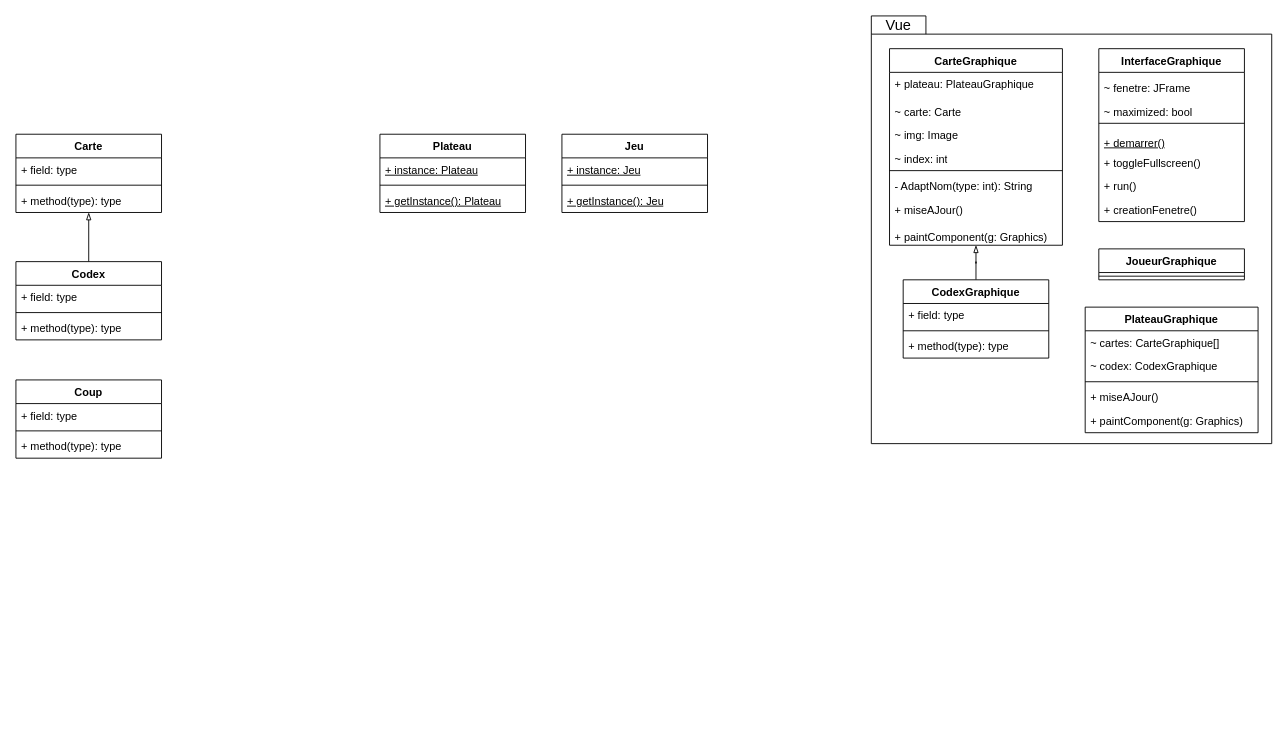
Earlier version of the draw.io diagram UMLClasses.drawio (AEtheve/PROJET-Antinomy). Source tidied: cells renumbered, new cells numbered last; positions are measured from the earlier drawing's top-left corner, leaving out a move shared by most shapes. Both pictures are drawn from the tidied source at 91%, with x=0, y=0 at pixel (15, 15).
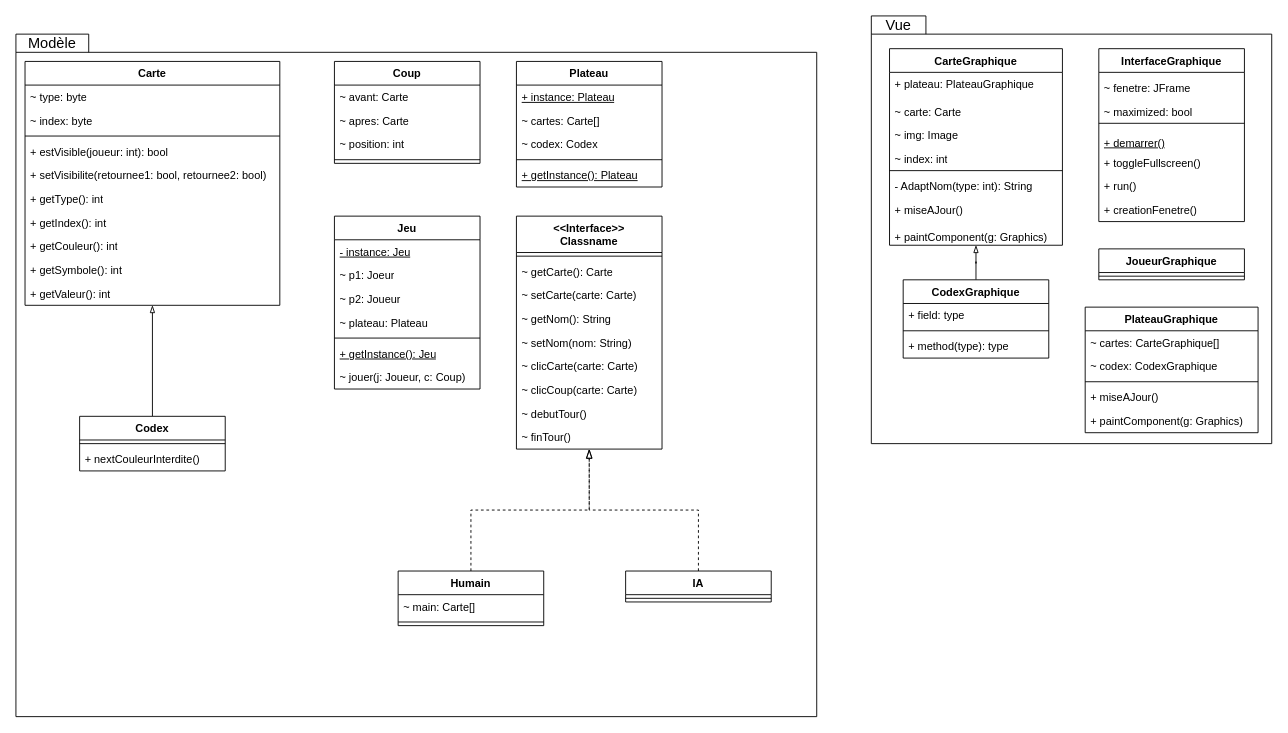
After the change.

Commit message:
Ajout package Modèle

The edit, as a diff of the source:
```diff
@@
+    <mxCell id="55" style="shape=folder;fontStyle=1;spacingTop=10;tabWidth=80;tabHeight=20;tabPosition=left;html=1;whiteSpace=wrap;fontSize=16;" parent="1" vertex="1">
+      <mxGeometry y="20" width="880" height="750" as="geometry" />
+    </mxCell>
@@
     <mxCell id="4" value="Carte" style="swimlane;fontStyle=1;align=center;verticalAlign=top;horizontal=1;startSize=26;whiteSpace=wrap;html=1;" parent="1" vertex="1">
-      <mxGeometry y="130" width="160" height="86" as="geometry" />
+      <mxGeometry x="10" y="50" width="280" height="268" as="geometry" />
     </mxCell>
-    <mxCell id="5" value="+ field: type" style="text;strokeColor=none;fillColor=none;align=left;verticalAlign=top;spacingLeft=4;spacingRight=4;overflow=hidden;whiteSpace=wrap;html=1;" parent="4" vertex="1">
-      <mxGeometry y="26" width="160" height="26" as="geometry" />
+    <mxCell id="5" value="~ type: byte" style="text;strokeColor=none;fillColor=none;align=left;verticalAlign=top;spacingLeft=4;spacingRight=4;overflow=hidden;whiteSpace=wrap;html=1;" parent="4" vertex="1">
+      <mxGeometry y="26" width="280" height="26" as="geometry" />
     </mxCell>
+    <mxCell id="56" value="~ index: byte" style="text;strokeColor=none;fillColor=none;align=left;verticalAlign=top;spacingLeft=4;spacingRight=4;overflow=hidden;whiteSpace=wrap;html=1;fontSize=12;" parent="4" vertex="1">
+      <mxGeometry y="52" width="280" height="26" as="geometry" />
+    </mxCell>
     <mxCell id="6" style="line;strokeWidth=1;fillColor=none;align=left;verticalAlign=middle;spacingTop=-1;spacingLeft=3;spacingRight=3;labelPosition=right;strokeColor=inherit;" parent="4" vertex="1">
-      <mxGeometry y="52" width="160" height="8" as="geometry" />
+      <mxGeometry y="78" width="280" height="8" as="geometry" />
     </mxCell>
-    <mxCell id="7" value="+ method(type): type" style="text;strokeColor=none;fillColor=none;align=left;verticalAlign=top;spacingLeft=4;spacingRight=4;overflow=hidden;whiteSpace=wrap;html=1;" parent="4" vertex="1">
-      <mxGeometry y="60" width="160" height="26" as="geometry" />
+    <mxCell id="7" value="+ estVisible(joueur: int): bool" style="text;strokeColor=none;fillColor=none;align=left;verticalAlign=top;spacingLeft=4;spacingRight=4;overflow=hidden;whiteSpace=wrap;html=1;" parent="4" vertex="1">
+      <mxGeometry y="86" width="280" height="26" as="geometry" />
     </mxCell>
+    <mxCell id="57" value="+ setVisibilite(retournee1: bool, retournee2: bool)" style="text;strokeColor=none;fillColor=none;align=left;verticalAlign=top;spacingLeft=4;spacingRight=4;overflow=hidden;whiteSpace=wrap;html=1;fontSize=12;" parent="4" vertex="1">
+      <mxGeometry y="112" width="280" height="26" as="geometry" />
+    </mxCell>
+    <mxCell id="58" value="+ getType(): int" style="text;strokeColor=none;fillColor=none;align=left;verticalAlign=top;spacingLeft=4;spacingRight=4;overflow=hidden;whiteSpace=wrap;html=1;fontSize=12;" parent="4" vertex="1">
+      <mxGeometry y="138" width="280" height="26" as="geometry" />
+    </mxCell>
+    <mxCell id="59" value="+ getIndex(): int" style="text;strokeColor=none;fillColor=none;align=left;verticalAlign=top;spacingLeft=4;spacingRight=4;overflow=hidden;whiteSpace=wrap;html=1;fontSize=12;" parent="4" vertex="1">
+      <mxGeometry y="164" width="280" height="26" as="geometry" />
+    </mxCell>
+    <mxCell id="60" value="+ getCouleur(): int" style="text;strokeColor=none;fillColor=none;align=left;verticalAlign=top;spacingLeft=4;spacingRight=4;overflow=hidden;whiteSpace=wrap;html=1;fontSize=12;" parent="4" vertex="1">
+      <mxGeometry y="190" width="280" height="26" as="geometry" />
+    </mxCell>
+    <mxCell id="61" value="+ getSymbole(): int" style="text;strokeColor=none;fillColor=none;align=left;verticalAlign=top;spacingLeft=4;spacingRight=4;overflow=hidden;whiteSpace=wrap;html=1;fontSize=12;" parent="4" vertex="1">
+      <mxGeometry y="216" width="280" height="26" as="geometry" />
+    </mxCell>
+    <mxCell id="62" value="+ getValeur(): int" style="text;strokeColor=none;fillColor=none;align=left;verticalAlign=top;spacingLeft=4;spacingRight=4;overflow=hidden;whiteSpace=wrap;html=1;fontSize=12;" parent="4" vertex="1">
+      <mxGeometry y="242" width="280" height="26" as="geometry" />
+    </mxCell>
@@
     <mxCell id="9" value="Codex" style="swimlane;fontStyle=1;align=center;verticalAlign=top;horizontal=1;startSize=26;whiteSpace=wrap;html=1;" parent="1" vertex="1">
-      <mxGeometry y="270" width="160" height="86" as="geometry" />
+      <mxGeometry x="70" y="440" width="160" height="60" as="geometry" />
     </mxCell>
-    <mxCell id="10" value="+ field: type" style="text;strokeColor=none;fillColor=none;align=left;verticalAlign=top;spacingLeft=4;spacingRight=4;overflow=hidden;whiteSpace=wrap;html=1;" parent="9" vertex="1">
-      <mxGeometry y="26" width="160" height="26" as="geometry" />
-    </mxCell>
     <mxCell id="11" style="line;strokeWidth=1;fillColor=none;align=left;verticalAlign=middle;spacingTop=-1;spacingLeft=3;spacingRight=3;labelPosition=right;strokeColor=inherit;" parent="9" vertex="1">
-      <mxGeometry y="52" width="160" height="8" as="geometry" />
+      <mxGeometry y="26" width="160" height="8" as="geometry" />
     </mxCell>
-    <mxCell id="12" value="+ method(type): type" style="text;strokeColor=none;fillColor=none;align=left;verticalAlign=top;spacingLeft=4;spacingRight=4;overflow=hidden;whiteSpace=wrap;html=1;" parent="9" vertex="1">
-      <mxGeometry y="60" width="160" height="26" as="geometry" />
+    <mxCell id="12" value="+ nextCouleurInterdite()" style="text;strokeColor=none;fillColor=none;align=left;verticalAlign=top;spacingLeft=4;spacingRight=4;overflow=hidden;whiteSpace=wrap;html=1;" parent="9" vertex="1">
+      <mxGeometry y="34" width="160" height="26" as="geometry" />
     </mxCell>
     <mxCell id="13" value="Coup" style="swimlane;fontStyle=1;align=center;verticalAlign=top;horizontal=1;startSize=26;whiteSpace=wrap;html=1;" parent="1" vertex="1">
-      <mxGeometry y="400" width="160" height="86" as="geometry" />
+      <mxGeometry x="350" y="50" width="160" height="112" as="geometry" />
     </mxCell>
-    <mxCell id="14" value="+ field: type" style="text;strokeColor=none;fillColor=none;align=left;verticalAlign=top;spacingLeft=4;spacingRight=4;overflow=hidden;whiteSpace=wrap;html=1;" parent="13" vertex="1">
+    <mxCell id="14" value="~ avant: Carte" style="text;strokeColor=none;fillColor=none;align=left;verticalAlign=top;spacingLeft=4;spacingRight=4;overflow=hidden;whiteSpace=wrap;html=1;" parent="13" vertex="1">
       <mxGeometry y="26" width="160" height="26" as="geometry" />
     </mxCell>
+    <mxCell id="63" value="~ apres: Carte" style="text;strokeColor=none;fillColor=none;align=left;verticalAlign=top;spacingLeft=4;spacingRight=4;overflow=hidden;whiteSpace=wrap;html=1;fontSize=12;" parent="13" vertex="1">
+      <mxGeometry y="52" width="160" height="26" as="geometry" />
+    </mxCell>
+    <mxCell id="64" value="~ position: int" style="text;strokeColor=none;fillColor=none;align=left;verticalAlign=top;spacingLeft=4;spacingRight=4;overflow=hidden;whiteSpace=wrap;html=1;fontSize=12;" parent="13" vertex="1">
+      <mxGeometry y="78" width="160" height="26" as="geometry" />
+    </mxCell>
     <mxCell id="15" style="line;strokeWidth=1;fillColor=none;align=left;verticalAlign=middle;spacingTop=-1;spacingLeft=3;spacingRight=3;labelPosition=right;strokeColor=inherit;" parent="13" vertex="1">
-      <mxGeometry y="52" width="160" height="8" as="geometry" />
+      <mxGeometry y="104" width="160" height="8" as="geometry" />
     </mxCell>
-    <mxCell id="16" value="+ method(type): type" style="text;strokeColor=none;fillColor=none;align=left;verticalAlign=top;spacingLeft=4;spacingRight=4;overflow=hidden;whiteSpace=wrap;html=1;" parent="13" vertex="1">
-      <mxGeometry y="60" width="160" height="26" as="geometry" />
-    </mxCell>
     <mxCell id="17" value="Plateau" style="swimlane;fontStyle=1;align=center;verticalAlign=top;horizontal=1;startSize=26;whiteSpace=wrap;html=1;" parent="1" vertex="1">
-      <mxGeometry x="400" y="130" width="160" height="86" as="geometry" />
+      <mxGeometry x="550" y="50" width="160" height="138" as="geometry" />
     </mxCell>
@@
+    <mxCell id="65" value="~ cartes: Carte[]" style="text;strokeColor=none;fillColor=none;align=left;verticalAlign=top;spacingLeft=4;spacingRight=4;overflow=hidden;whiteSpace=wrap;html=1;fontSize=12;" parent="17" vertex="1">
+      <mxGeometry y="52" width="160" height="26" as="geometry" />
+    </mxCell>
+    <mxCell id="66" value="~ codex: Codex" style="text;strokeColor=none;fillColor=none;align=left;verticalAlign=top;spacingLeft=4;spacingRight=4;overflow=hidden;whiteSpace=wrap;html=1;fontSize=12;" parent="17" vertex="1">
+      <mxGeometry y="78" width="160" height="26" as="geometry" />
+    </mxCell>
     <mxCell id="19" style="line;strokeWidth=1;fillColor=none;align=left;verticalAlign=middle;spacingTop=-1;spacingLeft=3;spacingRight=3;labelPosition=right;strokeColor=inherit;" parent="17" vertex="1">
-      <mxGeometry y="52" width="160" height="8" as="geometry" />
+      <mxGeometry y="104" width="160" height="8" as="geometry" />
     </mxCell>
     <mxCell id="20" value="&lt;u&gt;+ getInstance(): Plateau&lt;/u&gt;" style="text;strokeColor=none;fillColor=none;align=left;verticalAlign=top;spacingLeft=4;spacingRight=4;overflow=hidden;whiteSpace=wrap;html=1;" parent="17" vertex="1">
-      <mxGeometry y="60" width="160" height="26" as="geometry" />
+      <mxGeometry y="112" width="160" height="26" as="geometry" />
     </mxCell>
     <mxCell id="21" value="Jeu" style="swimlane;fontStyle=1;align=center;verticalAlign=top;horizontal=1;startSize=26;whiteSpace=wrap;html=1;" parent="1" vertex="1">
-      <mxGeometry x="600" y="130" width="160" height="86" as="geometry" />
+      <mxGeometry x="350" y="220" width="160" height="190" as="geometry" />
     </mxCell>
-    <mxCell id="22" value="&lt;u&gt;+ instance: Jeu&lt;/u&gt;" style="text;strokeColor=none;fillColor=none;align=left;verticalAlign=top;spacingLeft=4;spacingRight=4;overflow=hidden;whiteSpace=wrap;html=1;" parent="21" vertex="1">
+    <mxCell id="22" value="&lt;u&gt;- instance: Jeu&lt;/u&gt;" style="text;strokeColor=none;fillColor=none;align=left;verticalAlign=top;spacingLeft=4;spacingRight=4;overflow=hidden;whiteSpace=wrap;html=1;" parent="21" vertex="1">
       <mxGeometry y="26" width="160" height="26" as="geometry" />
     </mxCell>
+    <mxCell id="67" value="~ p1: Joeur" style="text;strokeColor=none;fillColor=none;align=left;verticalAlign=top;spacingLeft=4;spacingRight=4;overflow=hidden;whiteSpace=wrap;html=1;fontSize=12;" parent="21" vertex="1">
+      <mxGeometry y="52" width="160" height="26" as="geometry" />
+    </mxCell>
+    <mxCell id="68" value="~ p2: Joueur" style="text;strokeColor=none;fillColor=none;align=left;verticalAlign=top;spacingLeft=4;spacingRight=4;overflow=hidden;whiteSpace=wrap;html=1;fontSize=12;" parent="21" vertex="1">
+      <mxGeometry y="78" width="160" height="26" as="geometry" />
+    </mxCell>
+    <mxCell id="69" value="~ plateau: Plateau" style="text;strokeColor=none;fillColor=none;align=left;verticalAlign=top;spacingLeft=4;spacingRight=4;overflow=hidden;whiteSpace=wrap;html=1;fontSize=12;" parent="21" vertex="1">
+      <mxGeometry y="104" width="160" height="26" as="geometry" />
+    </mxCell>
     <mxCell id="23" style="line;strokeWidth=1;fillColor=none;align=left;verticalAlign=middle;spacingTop=-1;spacingLeft=3;spacingRight=3;labelPosition=right;strokeColor=inherit;" parent="21" vertex="1">
-      <mxGeometry y="52" width="160" height="8" as="geometry" />
+      <mxGeometry y="130" width="160" height="8" as="geometry" />
     </mxCell>
     <mxCell id="24" value="&lt;u&gt;+ getInstance(): Jeu&lt;/u&gt;" style="text;strokeColor=none;fillColor=none;align=left;verticalAlign=top;spacingLeft=4;spacingRight=4;overflow=hidden;whiteSpace=wrap;html=1;" parent="21" vertex="1">
-      <mxGeometry y="60" width="160" height="26" as="geometry" />
+      <mxGeometry y="138" width="160" height="26" as="geometry" />
     </mxCell>
+    <mxCell id="70" value="~ jouer(j: Joueur, c: Coup)" style="text;strokeColor=none;fillColor=none;align=left;verticalAlign=top;spacingLeft=4;spacingRight=4;overflow=hidden;whiteSpace=wrap;html=1;fontSize=12;" parent="21" vertex="1">
+      <mxGeometry y="164" width="160" height="26" as="geometry" />
+    </mxCell>
@@
+    <mxCell id="71" value="Modèle" style="text;html=1;strokeColor=none;fillColor=none;align=center;verticalAlign=middle;whiteSpace=wrap;rounded=0;fontSize=16;" parent="1" vertex="1">
+      <mxGeometry y="20" width="80" height="20" as="geometry" />
+    </mxCell>
+    <mxCell id="72" style="edgeStyle=orthogonalEdgeStyle;jettySize=auto;html=1;exitX=0.5;exitY=0;exitDx=0;exitDy=0;fontSize=12;startSize=8;endSize=8;endArrow=blockThin;endFill=0;dashed=1;rounded=0;" parent="1" edge="1" source="73" target="79">
+      <mxGeometry relative="1" as="geometry" />
+    </mxCell>
+    <mxCell id="73" value="Humain" style="swimlane;fontStyle=1;align=center;verticalAlign=top;horizontal=1;startSize=26;whiteSpace=wrap;html=1;fontSize=12;" parent="1" vertex="1">
+      <mxGeometry x="420" y="610" width="160" height="60" as="geometry" />
+    </mxCell>
+    <mxCell id="74" value="~ main: Carte[]" style="text;strokeColor=none;fillColor=none;align=left;verticalAlign=top;spacingLeft=4;spacingRight=4;overflow=hidden;whiteSpace=wrap;html=1;fontSize=12;" parent="73" vertex="1">
+      <mxGeometry y="26" width="160" height="26" as="geometry" />
+    </mxCell>
+    <mxCell id="75" style="line;strokeWidth=1;fillColor=none;align=left;verticalAlign=middle;spacingTop=-1;spacingLeft=3;spacingRight=3;labelPosition=right;strokeColor=inherit;fontSize=16;" parent="73" vertex="1">
+      <mxGeometry y="52" width="160" height="8" as="geometry" />
+    </mxCell>
+    <mxCell id="76" style="edgeStyle=orthogonalEdgeStyle;rounded=0;jettySize=auto;html=1;exitX=0.5;exitY=0;exitDx=0;exitDy=0;fontSize=12;startSize=8;endSize=8;dashed=1;endArrow=blockThin;endFill=0;" parent="1" edge="1" source="77" target="79">
+      <mxGeometry relative="1" as="geometry" />
+    </mxCell>
+    <mxCell id="77" value="IA" style="swimlane;fontStyle=1;align=center;verticalAlign=top;horizontal=1;startSize=26;whiteSpace=wrap;html=1;fontSize=12;" parent="1" vertex="1">
+      <mxGeometry x="670" y="610" width="160" height="34" as="geometry" />
+    </mxCell>
+    <mxCell id="78" style="line;strokeWidth=1;fillColor=none;align=left;verticalAlign=middle;spacingTop=-1;spacingLeft=3;spacingRight=3;labelPosition=right;strokeColor=inherit;fontSize=16;" parent="77" vertex="1">
+      <mxGeometry y="26" width="160" height="8" as="geometry" />
+    </mxCell>
+    <mxCell id="79" value="&amp;lt;&amp;lt;Interface&amp;gt;&amp;gt;&lt;br style=&quot;font-size: 12px;&quot;&gt;Classname" style="swimlane;fontStyle=1;align=center;verticalAlign=top;horizontal=1;startSize=40;whiteSpace=wrap;html=1;fontSize=12;" parent="1" vertex="1">
+      <mxGeometry x="550" y="220" width="160" height="256" as="geometry" />
+    </mxCell>
+    <mxCell id="80" style="line;strokeWidth=1;fillColor=none;align=left;verticalAlign=middle;spacingTop=-1;spacingLeft=3;spacingRight=3;labelPosition=right;strokeColor=inherit;fontSize=16;" parent="79" vertex="1">
+      <mxGeometry y="40" width="160" height="8" as="geometry" />
+    </mxCell>
+    <mxCell id="81" value="~ getCarte(): Carte" style="text;strokeColor=none;fillColor=none;align=left;verticalAlign=top;spacingLeft=4;spacingRight=4;overflow=hidden;whiteSpace=wrap;html=1;fontSize=12;" parent="79" vertex="1">
+      <mxGeometry y="48" width="160" height="26" as="geometry" />
+    </mxCell>
+    <mxCell id="82" value="~ setCarte(carte: Carte)" style="text;strokeColor=none;fillColor=none;align=left;verticalAlign=top;spacingLeft=4;spacingRight=4;overflow=hidden;whiteSpace=wrap;html=1;fontSize=12;" parent="79" vertex="1">
+      <mxGeometry y="74" width="160" height="26" as="geometry" />
+    </mxCell>
+    <mxCell id="83" value="~ getNom(): String" style="text;strokeColor=none;fillColor=none;align=left;verticalAlign=top;spacingLeft=4;spacingRight=4;overflow=hidden;whiteSpace=wrap;html=1;fontSize=12;" parent="79" vertex="1">
+      <mxGeometry y="100" width="160" height="26" as="geometry" />
+    </mxCell>
+    <mxCell id="84" value="~ setNom(nom: String)" style="text;strokeColor=none;fillColor=none;align=left;verticalAlign=top;spacingLeft=4;spacingRight=4;overflow=hidden;whiteSpace=wrap;html=1;fontSize=12;" parent="79" vertex="1">
+      <mxGeometry y="126" width="160" height="26" as="geometry" />
+    </mxCell>
+    <mxCell id="85" value="~ clicCarte(carte: Carte)" style="text;strokeColor=none;fillColor=none;align=left;verticalAlign=top;spacingLeft=4;spacingRight=4;overflow=hidden;whiteSpace=wrap;html=1;fontSize=12;" parent="79" vertex="1">
+      <mxGeometry y="152" width="160" height="26" as="geometry" />
+    </mxCell>
+    <mxCell id="86" value="~ clicCoup(carte: Carte)" style="text;strokeColor=none;fillColor=none;align=left;verticalAlign=top;spacingLeft=4;spacingRight=4;overflow=hidden;whiteSpace=wrap;html=1;fontSize=12;" parent="79" vertex="1">
+      <mxGeometry y="178" width="160" height="26" as="geometry" />
+    </mxCell>
+    <mxCell id="87" value="~ debutTour()" style="text;strokeColor=none;fillColor=none;align=left;verticalAlign=top;spacingLeft=4;spacingRight=4;overflow=hidden;whiteSpace=wrap;html=1;fontSize=12;" parent="79" vertex="1">
+      <mxGeometry y="204" width="160" height="26" as="geometry" />
+    </mxCell>
+    <mxCell id="88" value="~ finTour()" style="text;strokeColor=none;fillColor=none;align=left;verticalAlign=top;spacingLeft=4;spacingRight=4;overflow=hidden;whiteSpace=wrap;html=1;fontSize=12;" parent="79" vertex="1">
+      <mxGeometry y="230" width="160" height="26" as="geometry" />
+    </mxCell>
```
